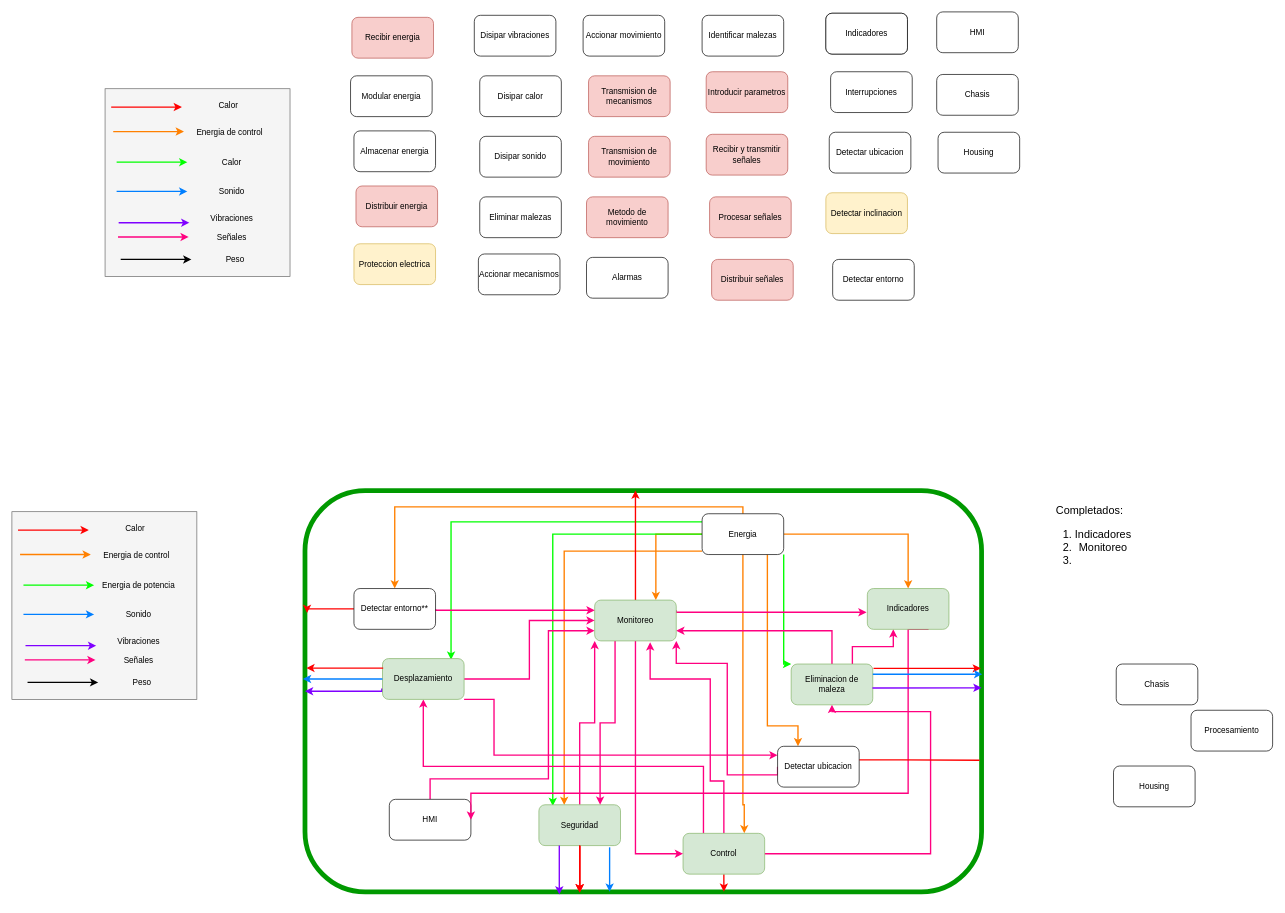
Dartherick/DSM keeps this draw.io diagram as page "Análisis de Interacciones" (2 of 3) of Diseño.drawio. Above is the earlier version. Source tidied: cells renumbered, new cells numbered last; positions are measured from the earlier drawing's top-left corner, leaving out a move shared by most shapes. Both pictures are drawn from the tidied source at 68%, with x=0, y=0 at pixel (12, 12).
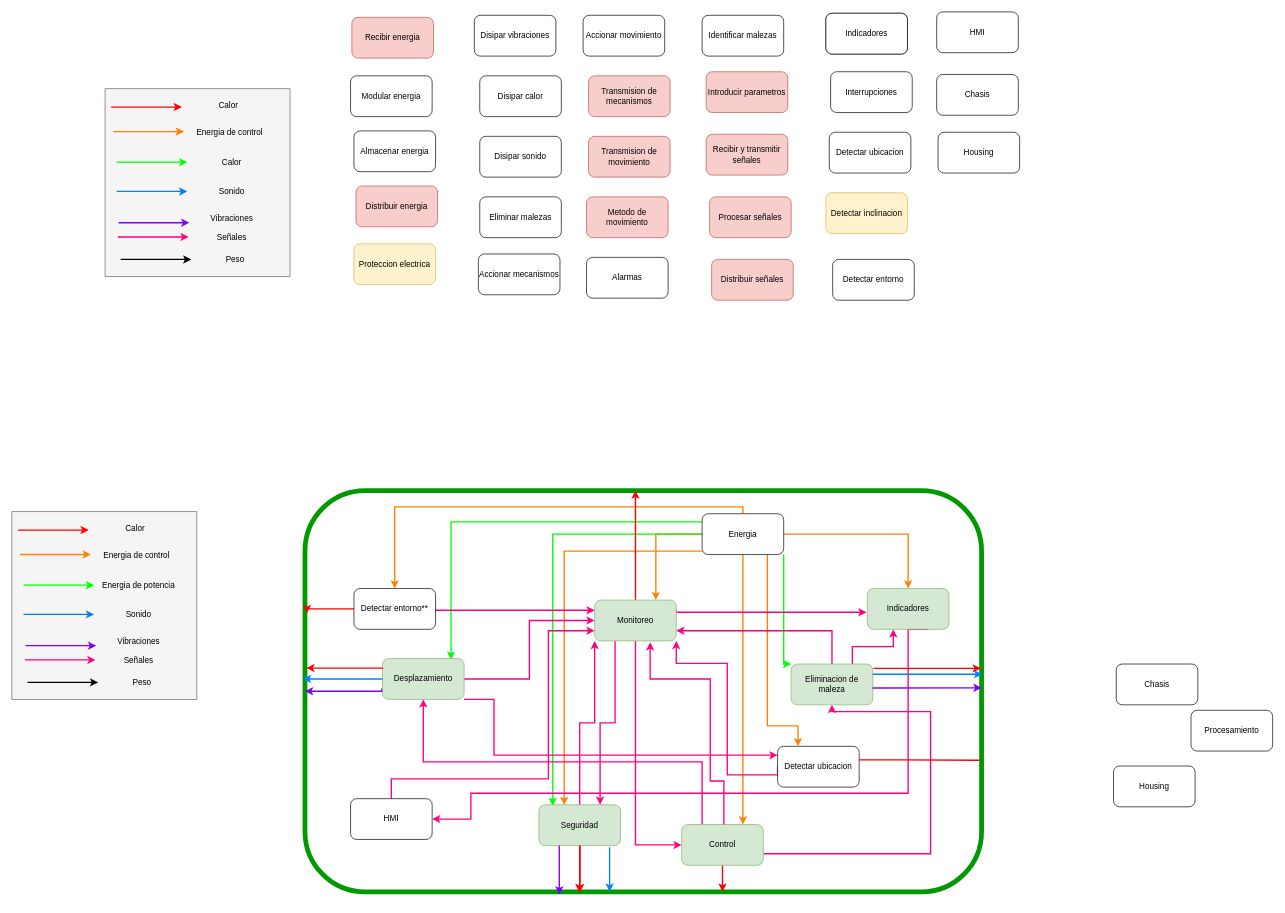
The same page after the edit.

Unchanged cells that the change refers to:
```xml
<mxCell id="90" value="Monitoreo" style="rounded=1;whiteSpace=wrap;html=1;fillColor=#d5e8d4;strokeColor=#82b366;" parent="1" vertex="1">
  <mxGeometry x="857" y="865" width="120" height="60" as="geometry" />
</mxCell>
```

The edit, as a diff of the source:
```diff
@@
     <mxCell id="72" style="edgeStyle=orthogonalEdgeStyle;rounded=0;jettySize=auto;html=1;exitX=0.5;exitY=0;exitDx=0;exitDy=0;entryX=0;entryY=0.75;entryDx=0;entryDy=0;strokeColor=#FF0080;strokeWidth=2;" parent="1" edge="1" source="73" target="90">
       <mxGeometry relative="1" as="geometry">
         <Array as="points">
-          <mxPoint x="615" y="1128" />
+          <mxPoint x="558" y="1128" />
           <mxPoint x="789" y="1128" />
           <mxPoint x="789" y="910" />
         </Array>
       </mxGeometry>
     </mxCell>
     <mxCell id="73" value="HMI" style="rounded=1;whiteSpace=wrap;html=1;" parent="1" vertex="1">
-      <mxGeometry x="555" y="1158" width="120" height="60" as="geometry" />
+      <mxGeometry x="498" y="1157" width="120" height="60" as="geometry" />
     </mxCell>
     <mxCell id="74" style="edgeStyle=orthogonalEdgeStyle;rounded=0;jettySize=auto;html=1;exitX=0.5;exitY=0;exitDx=0;exitDy=0;entryX=0.68;entryY=1.033;entryDx=0;entryDy=0;strokeColor=#FF0080;strokeWidth=2;entryPerimeter=0;" parent="1" edge="1" source="78" target="90">
       <mxGeometry relative="1" as="geometry">
         <Array as="points">
+          <mxPoint x="1047" y="1195" />
           <mxPoint x="1047" y="1131" />
           <mxPoint x="1027" y="1131" />
           <mxPoint x="1027" y="981" />
           <mxPoint x="939" y="981" />
         </Array>
       </mxGeometry>
     </mxCell>
@@
     <mxCell id="78" value="Control" style="rounded=1;whiteSpace=wrap;html=1;fillColor=#d5e8d4;strokeColor=#82b366;" parent="1" vertex="1">
-      <mxGeometry x="987" y="1208" width="120" height="60" as="geometry" />
+      <mxGeometry x="985" y="1195" width="120" height="60" as="geometry" />
     </mxCell>
@@
-    <mxCell id="106" value="&lt;font style=&quot;font-size: 16px&quot;&gt;Completados:&lt;br&gt;&lt;/font&gt;&lt;ol style=&quot;font-size: 16px&quot;&gt;&lt;li&gt;Indicadores&lt;/li&gt;&lt;li&gt;Monitoreo&lt;/li&gt;&lt;li&gt;&lt;br&gt;&lt;/li&gt;&lt;/ol&gt;" style="text;html=1;strokeColor=none;fillColor=none;align=center;verticalAlign=middle;whiteSpace=wrap;rounded=0;" parent="1" vertex="1">
-      <mxGeometry x="1485" y="680" width="200" height="195" as="geometry" />
-    </mxCell>
```
